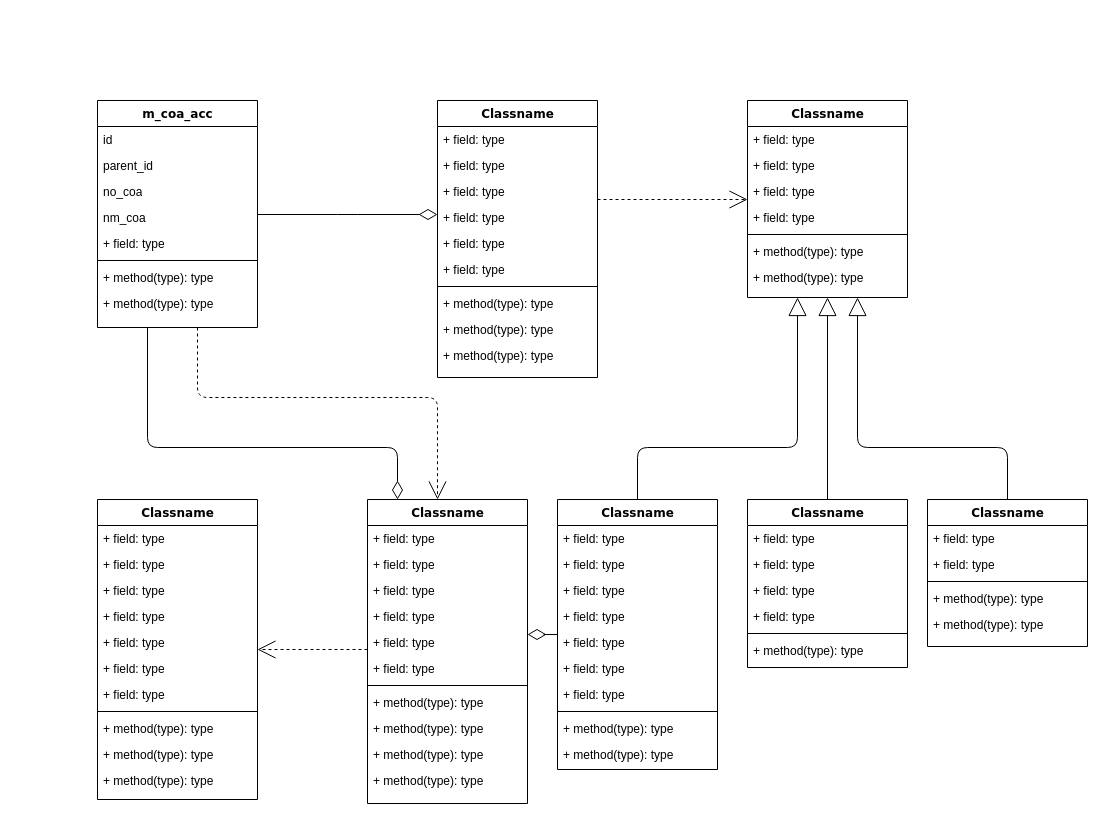
Before: Database/Untitled Diagram.drawio in maseadi/jurnal, a draw.io diagram. Source tidied: cells renumbered, new cells numbered last; positions are measured from the earlier drawing's top-left corner, leaving out a move shared by most shapes. Both pictures are drawn from the tidied source at 100%, with x=0, y=0 at pixel (97, 100).
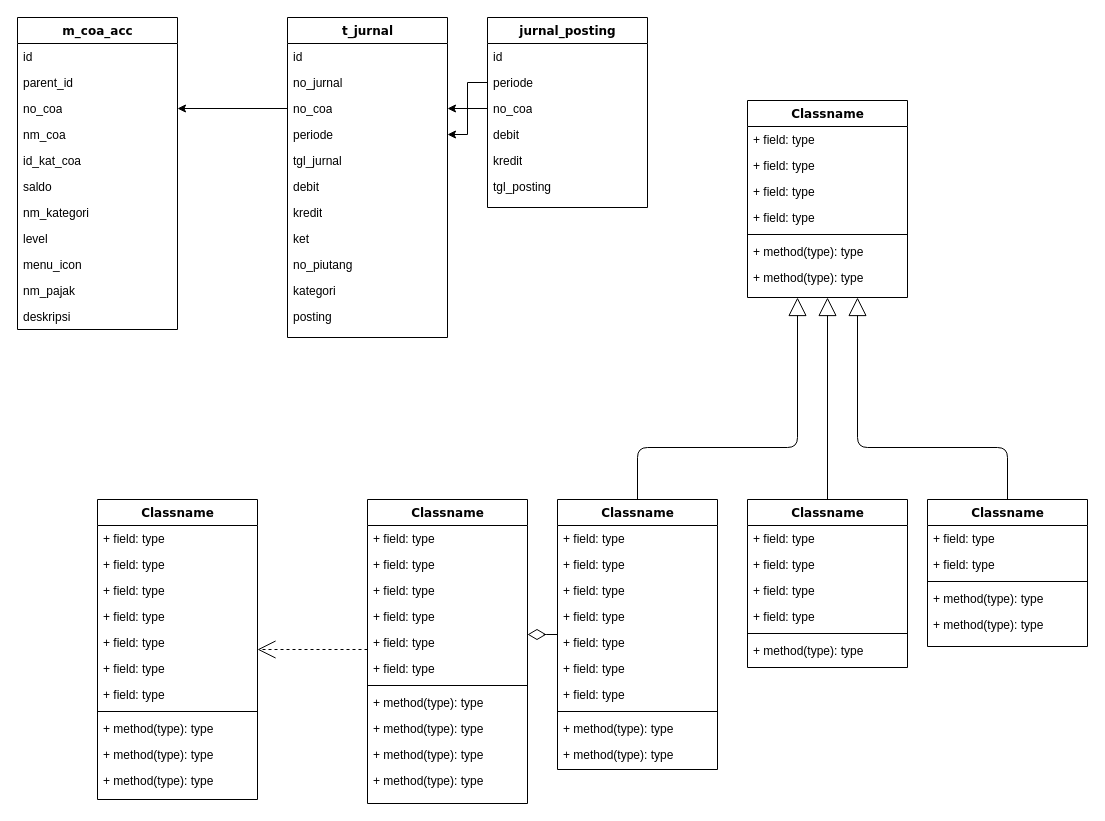
Above is the later version.

The change refers to these unchanged cells:
```xml
<mxCell id="7" value="no_coa" style="text;html=1;strokeColor=none;fillColor=none;align=left;verticalAlign=top;spacingLeft=4;spacingRight=4;whiteSpace=wrap;overflow=hidden;points=[[0,0.5],[1,0.5]];portConstraint=eastwest;" parent="4" vertex="1">
  <mxGeometry y="78" width="160" height="26" as="geometry" />
</mxCell>
<mxCell id="25" value="Classname" style="swimlane;html=1;fontStyle=1;align=center;verticalAlign=top;horizontal=1;startSize=26;swimlaneFillColor=#ffffff;rounded=0;shadow=0;comic=0;labelBackgroundColor=none;strokeWidth=1;fillColor=none;fontFamily=Verdana;fontSize=12;" parent="1" vertex="1">
  <mxGeometry x="650" width="160" height="197" as="geometry" />
</mxCell>
<mxCell id="47" value="Classname" style="swimlane;html=1;fontStyle=1;align=center;verticalAlign=top;horizontal=1;startSize=26;swimlaneFillColor=#ffffff;rounded=0;shadow=0;comic=0;labelBackgroundColor=none;strokeWidth=1;fillColor=none;fontFamily=Verdana;fontSize=12;" parent="1" vertex="1">
  <mxGeometry x="270" y="399" width="160" height="304" as="geometry" />
</mxCell>
```

What changed in the source:
```diff
@@
-    <mxCell id="2" style="edgeStyle=orthogonalEdgeStyle;html=1;labelBackgroundColor=none;startFill=0;startSize=8;endArrow=open;endFill=0;endSize=16;fontFamily=Verdana;fontSize=12;dashed=1;" parent="1" edge="1" source="4" target="47">
-      <mxGeometry relative="1" as="geometry">
-        <Array as="points">
-          <mxPoint x="100" y="297" />
-          <mxPoint x="340" y="297" />
-        </Array>
-      </mxGeometry>
-    </mxCell>
-    <mxCell id="3" style="edgeStyle=orthogonalEdgeStyle;html=1;labelBackgroundColor=none;startFill=0;startSize=8;endArrow=diamondThin;endFill=0;endSize=16;fontFamily=Verdana;fontSize=12;" parent="1" edge="1" source="4" target="47">
-      <mxGeometry relative="1" as="geometry">
-        <Array as="points">
-          <mxPoint x="50" y="347" />
-          <mxPoint x="300" y="347" />
-        </Array>
-      </mxGeometry>
-    </mxCell>
     <mxCell id="4" value="m_coa_acc" style="swimlane;html=1;fontStyle=1;align=center;verticalAlign=top;horizontal=1;startSize=26;swimlaneFillColor=#ffffff;rounded=0;shadow=0;comic=0;labelBackgroundColor=none;strokeWidth=1;fillColor=none;fontFamily=Verdana;fontSize=12;" parent="1" vertex="1">
-      <mxGeometry width="160" height="227" as="geometry" />
+      <mxGeometry x="-80" y="-83" width="160" height="312" as="geometry" />
     </mxCell>
@@
-    <mxCell id="9" value="+ field: type" style="text;html=1;strokeColor=none;fillColor=none;align=left;verticalAlign=top;spacingLeft=4;spacingRight=4;whiteSpace=wrap;overflow=hidden;" parent="4" vertex="1">
+    <mxCell id="9" value="id_kat_coa" style="text;html=1;strokeColor=none;fillColor=none;align=left;verticalAlign=top;spacingLeft=4;spacingRight=4;whiteSpace=wrap;overflow=hidden;" parent="4" vertex="1">
       <mxGeometry y="130" width="160" height="26" as="geometry" />
     </mxCell>
-    <mxCell id="10" style="line;html=1;strokeWidth=1;fillColor=none;align=left;verticalAlign=middle;spacingTop=-1;spacingLeft=3;spacingRight=3;labelPosition=right;" parent="4" vertex="1">
-      <mxGeometry y="156" width="160" height="8" as="geometry" />
-    </mxCell>
-    <mxCell id="11" value="+ method(type): type" style="text;html=1;strokeColor=none;fillColor=none;align=left;verticalAlign=top;spacingLeft=4;spacingRight=4;whiteSpace=wrap;overflow=hidden;" parent="4" vertex="1">
-      <mxGeometry y="164" width="160" height="26" as="geometry" />
+    <mxCell id="11" value="saldo" style="text;html=1;strokeColor=none;fillColor=none;align=left;verticalAlign=top;spacingLeft=4;spacingRight=4;whiteSpace=wrap;overflow=hidden;" parent="4" vertex="1">
+      <mxGeometry y="156" width="160" height="26" as="geometry" />
     </mxCell>
-    <mxCell id="12" value="+ method(type): type" style="text;html=1;strokeColor=none;fillColor=none;align=left;verticalAlign=top;spacingLeft=4;spacingRight=4;whiteSpace=wrap;overflow=hidden;" parent="4" vertex="1">
-      <mxGeometry y="190" width="160" height="26" as="geometry" />
+    <mxCell id="12" value="nm_kategori" style="text;html=1;strokeColor=none;fillColor=none;align=left;verticalAlign=top;spacingLeft=4;spacingRight=4;whiteSpace=wrap;overflow=hidden;" parent="4" vertex="1">
+      <mxGeometry y="182" width="160" height="26" as="geometry" />
     </mxCell>
-    <mxCell id="13" style="edgeStyle=elbowEdgeStyle;html=1;labelBackgroundColor=none;startFill=0;startSize=8;endArrow=open;endFill=0;endSize=16;fontFamily=Verdana;fontSize=12;elbow=vertical;dashed=1;" parent="1" edge="1" source="14" target="25">
-      <mxGeometry relative="1" as="geometry" />
-    </mxCell>
+    <mxCell id="87" value="level" style="text;html=1;strokeColor=none;fillColor=none;align=left;verticalAlign=top;spacingLeft=4;spacingRight=4;whiteSpace=wrap;overflow=hidden;" parent="4" vertex="1">
+      <mxGeometry y="208" width="160" height="26" as="geometry" />
+    </mxCell>
+    <mxCell id="88" value="menu_icon" style="text;html=1;strokeColor=none;fillColor=none;align=left;verticalAlign=top;spacingLeft=4;spacingRight=4;whiteSpace=wrap;overflow=hidden;" parent="4" vertex="1">
+      <mxGeometry y="234" width="160" height="26" as="geometry" />
+    </mxCell>
+    <mxCell id="89" value="nm_pajak" style="text;html=1;strokeColor=none;fillColor=none;align=left;verticalAlign=top;spacingLeft=4;spacingRight=4;whiteSpace=wrap;overflow=hidden;" parent="4" vertex="1">
+      <mxGeometry y="260" width="160" height="26" as="geometry" />
+    </mxCell>
+    <mxCell id="90" value="deskripsi" style="text;html=1;strokeColor=none;fillColor=none;align=left;verticalAlign=top;spacingLeft=4;spacingRight=4;whiteSpace=wrap;overflow=hidden;" parent="4" vertex="1">
+      <mxGeometry y="286" width="160" height="26" as="geometry" />
+    </mxCell>
-    <mxCell id="14" value="Classname" style="swimlane;html=1;fontStyle=1;align=center;verticalAlign=top;horizontal=1;startSize=26;swimlaneFillColor=#ffffff;rounded=0;shadow=0;comic=0;labelBackgroundColor=none;strokeWidth=1;fillColor=none;fontFamily=Verdana;fontSize=12;" parent="1" vertex="1">
-      <mxGeometry x="340" width="160" height="277" as="geometry" />
+    <mxCell id="14" value="t_jurnal" style="swimlane;html=1;fontStyle=1;align=center;verticalAlign=top;horizontal=1;startSize=26;swimlaneFillColor=#ffffff;rounded=0;shadow=0;comic=0;labelBackgroundColor=none;strokeWidth=1;fillColor=none;fontFamily=Verdana;fontSize=12;" parent="1" vertex="1">
+      <mxGeometry x="190" y="-83" width="160" height="320" as="geometry" />
     </mxCell>
-    <mxCell id="15" value="+ field: type" style="text;html=1;strokeColor=none;fillColor=none;align=left;verticalAlign=top;spacingLeft=4;spacingRight=4;whiteSpace=wrap;overflow=hidden;" parent="14" vertex="1">
+    <mxCell id="15" value="id" style="text;html=1;strokeColor=none;fillColor=none;align=left;verticalAlign=top;spacingLeft=4;spacingRight=4;whiteSpace=wrap;overflow=hidden;" parent="14" vertex="1">
       <mxGeometry y="26" width="160" height="26" as="geometry" />
     </mxCell>
-    <mxCell id="16" value="+ field: type" style="text;html=1;strokeColor=none;fillColor=none;align=left;verticalAlign=top;spacingLeft=4;spacingRight=4;whiteSpace=wrap;overflow=hidden;" parent="14" vertex="1">
+    <mxCell id="16" value="no_jurnal" style="text;html=1;strokeColor=none;fillColor=none;align=left;verticalAlign=top;spacingLeft=4;spacingRight=4;whiteSpace=wrap;overflow=hidden;" parent="14" vertex="1">
       <mxGeometry y="52" width="160" height="26" as="geometry" />
     </mxCell>
-    <mxCell id="17" value="+ field: type" style="text;html=1;strokeColor=none;fillColor=none;align=left;verticalAlign=top;spacingLeft=4;spacingRight=4;whiteSpace=wrap;overflow=hidden;points=[[0,0.5],[1,0.5]];portConstraint=eastwest;" parent="14" vertex="1">
+    <mxCell id="17" value="no_coa" style="text;html=1;strokeColor=none;fillColor=none;align=left;verticalAlign=top;spacingLeft=4;spacingRight=4;whiteSpace=wrap;overflow=hidden;points=[[0,0.5],[1,0.5]];portConstraint=eastwest;" parent="14" vertex="1">
       <mxGeometry y="78" width="160" height="26" as="geometry" />
     </mxCell>
-    <mxCell id="18" value="+ field: type" style="text;html=1;strokeColor=none;fillColor=none;align=left;verticalAlign=top;spacingLeft=4;spacingRight=4;whiteSpace=wrap;overflow=hidden;points=[[0,0.5],[1,0.5]];portConstraint=eastwest;" parent="14" vertex="1">
+    <mxCell id="18" value="periode" style="text;html=1;strokeColor=none;fillColor=none;align=left;verticalAlign=top;spacingLeft=4;spacingRight=4;whiteSpace=wrap;overflow=hidden;points=[[0,0.5],[1,0.5]];portConstraint=eastwest;" parent="14" vertex="1">
       <mxGeometry y="104" width="160" height="26" as="geometry" />
     </mxCell>
-    <mxCell id="19" value="+ field: type" style="text;html=1;strokeColor=none;fillColor=none;align=left;verticalAlign=top;spacingLeft=4;spacingRight=4;whiteSpace=wrap;overflow=hidden;" parent="14" vertex="1">
+    <mxCell id="19" value="tgl_jurnal" style="text;html=1;strokeColor=none;fillColor=none;align=left;verticalAlign=top;spacingLeft=4;spacingRight=4;whiteSpace=wrap;overflow=hidden;" parent="14" vertex="1">
       <mxGeometry y="130" width="160" height="26" as="geometry" />
     </mxCell>
-    <mxCell id="20" value="+ field: type" style="text;html=1;strokeColor=none;fillColor=none;align=left;verticalAlign=top;spacingLeft=4;spacingRight=4;whiteSpace=wrap;overflow=hidden;" parent="14" vertex="1">
+    <mxCell id="20" value="debit" style="text;html=1;strokeColor=none;fillColor=none;align=left;verticalAlign=top;spacingLeft=4;spacingRight=4;whiteSpace=wrap;overflow=hidden;" parent="14" vertex="1">
       <mxGeometry y="156" width="160" height="26" as="geometry" />
     </mxCell>
-    <mxCell id="21" style="line;html=1;strokeWidth=1;fillColor=none;align=left;verticalAlign=middle;spacingTop=-1;spacingLeft=3;spacingRight=3;labelPosition=right;" parent="14" vertex="1">
-      <mxGeometry y="182" width="160" height="8" as="geometry" />
-    </mxCell>
-    <mxCell id="22" value="+ method(type): type" style="text;html=1;strokeColor=none;fillColor=none;align=left;verticalAlign=top;spacingLeft=4;spacingRight=4;whiteSpace=wrap;overflow=hidden;" parent="14" vertex="1">
-      <mxGeometry y="190" width="160" height="26" as="geometry" />
+    <mxCell id="22" value="kredit" style="text;html=1;strokeColor=none;fillColor=none;align=left;verticalAlign=top;spacingLeft=4;spacingRight=4;whiteSpace=wrap;overflow=hidden;" parent="14" vertex="1">
+      <mxGeometry y="182" width="160" height="26" as="geometry" />
     </mxCell>
-    <mxCell id="23" value="+ method(type): type" style="text;html=1;strokeColor=none;fillColor=none;align=left;verticalAlign=top;spacingLeft=4;spacingRight=4;whiteSpace=wrap;overflow=hidden;" parent="14" vertex="1">
-      <mxGeometry y="216" width="160" height="26" as="geometry" />
+    <mxCell id="23" value="ket" style="text;html=1;strokeColor=none;fillColor=none;align=left;verticalAlign=top;spacingLeft=4;spacingRight=4;whiteSpace=wrap;overflow=hidden;" parent="14" vertex="1">
+      <mxGeometry y="208" width="160" height="26" as="geometry" />
     </mxCell>
-    <mxCell id="24" value="+ method(type): type" style="text;html=1;strokeColor=none;fillColor=none;align=left;verticalAlign=top;spacingLeft=4;spacingRight=4;whiteSpace=wrap;overflow=hidden;" parent="14" vertex="1">
-      <mxGeometry y="242" width="160" height="26" as="geometry" />
+    <mxCell id="24" value="no_piutang" style="text;html=1;strokeColor=none;fillColor=none;align=left;verticalAlign=top;spacingLeft=4;spacingRight=4;whiteSpace=wrap;overflow=hidden;" parent="14" vertex="1">
+      <mxGeometry y="234" width="160" height="26" as="geometry" />
     </mxCell>
+    <mxCell id="91" value="kategori" style="text;html=1;strokeColor=none;fillColor=none;align=left;verticalAlign=top;spacingLeft=4;spacingRight=4;whiteSpace=wrap;overflow=hidden;" parent="14" vertex="1">
+      <mxGeometry y="260" width="160" height="26" as="geometry" />
+    </mxCell>
+    <mxCell id="92" value="posting" style="text;html=1;strokeColor=none;fillColor=none;align=left;verticalAlign=top;spacingLeft=4;spacingRight=4;whiteSpace=wrap;overflow=hidden;" parent="14" vertex="1">
+      <mxGeometry y="286" width="160" height="26" as="geometry" />
+    </mxCell>
@@
-    <mxCell id="86" style="edgeStyle=elbowEdgeStyle;html=1;labelBackgroundColor=none;startFill=0;startSize=8;endArrow=diamondThin;endFill=0;endSize=16;fontFamily=Verdana;fontSize=12;elbow=vertical;" parent="1" edge="1" source="4" target="14">
-      <mxGeometry relative="1" as="geometry" />
-    </mxCell>
+    <mxCell id="93" style="edgeStyle=orthogonalEdgeStyle;rounded=0;jettySize=auto;html=1;entryX=1;entryY=0.5;entryDx=0;entryDy=0;" parent="1" edge="1" source="17" target="7">
+      <mxGeometry relative="1" as="geometry" />
+    </mxCell>
+    <mxCell id="94" value="jurnal_posting" style="swimlane;html=1;fontStyle=1;align=center;verticalAlign=top;horizontal=1;startSize=26;swimlaneFillColor=#ffffff;rounded=0;shadow=0;comic=0;labelBackgroundColor=none;strokeWidth=1;fillColor=none;fontFamily=Verdana;fontSize=12;" parent="1" vertex="1">
+      <mxGeometry x="390" y="-83" width="160" height="190" as="geometry" />
+    </mxCell>
+    <mxCell id="95" value="id" style="text;html=1;strokeColor=none;fillColor=none;align=left;verticalAlign=top;spacingLeft=4;spacingRight=4;whiteSpace=wrap;overflow=hidden;" parent="94" vertex="1">
+      <mxGeometry y="26" width="160" height="26" as="geometry" />
+    </mxCell>
+    <mxCell id="96" value="periode" style="text;html=1;strokeColor=none;fillColor=none;align=left;verticalAlign=top;spacingLeft=4;spacingRight=4;whiteSpace=wrap;overflow=hidden;points=[[0,0.5],[1,0.5]];portConstraint=eastwest;" parent="94" vertex="1">
+      <mxGeometry y="52" width="160" height="26" as="geometry" />
+    </mxCell>
+    <mxCell id="97" value="no_coa" style="text;html=1;strokeColor=none;fillColor=none;align=left;verticalAlign=top;spacingLeft=4;spacingRight=4;whiteSpace=wrap;overflow=hidden;points=[[0,0.5],[1,0.5]];portConstraint=eastwest;" parent="94" vertex="1">
+      <mxGeometry y="78" width="160" height="26" as="geometry" />
+    </mxCell>
+    <mxCell id="98" value="debit" style="text;html=1;strokeColor=none;fillColor=none;align=left;verticalAlign=top;spacingLeft=4;spacingRight=4;whiteSpace=wrap;overflow=hidden;" parent="94" vertex="1">
+      <mxGeometry y="104" width="160" height="26" as="geometry" />
+    </mxCell>
+    <mxCell id="99" value="kredit" style="text;html=1;strokeColor=none;fillColor=none;align=left;verticalAlign=top;spacingLeft=4;spacingRight=4;whiteSpace=wrap;overflow=hidden;" parent="94" vertex="1">
+      <mxGeometry y="130" width="160" height="26" as="geometry" />
+    </mxCell>
+    <mxCell id="100" value="tgl_posting" style="text;html=1;strokeColor=none;fillColor=none;align=left;verticalAlign=top;spacingLeft=4;spacingRight=4;whiteSpace=wrap;overflow=hidden;" parent="94" vertex="1">
+      <mxGeometry y="156" width="160" height="26" as="geometry" />
+    </mxCell>
+    <mxCell id="101" style="edgeStyle=orthogonalEdgeStyle;rounded=0;jettySize=auto;html=1;entryX=1;entryY=0.5;entryDx=0;entryDy=0;" parent="1" edge="1" source="96" target="18">
+      <mxGeometry relative="1" as="geometry" />
+    </mxCell>
+    <mxCell id="102" style="edgeStyle=orthogonalEdgeStyle;rounded=0;jettySize=auto;html=1;entryX=1;entryY=0.5;entryDx=0;entryDy=0;" parent="1" edge="1" source="97" target="17">
+      <mxGeometry relative="1" as="geometry" />
+    </mxCell>
```
